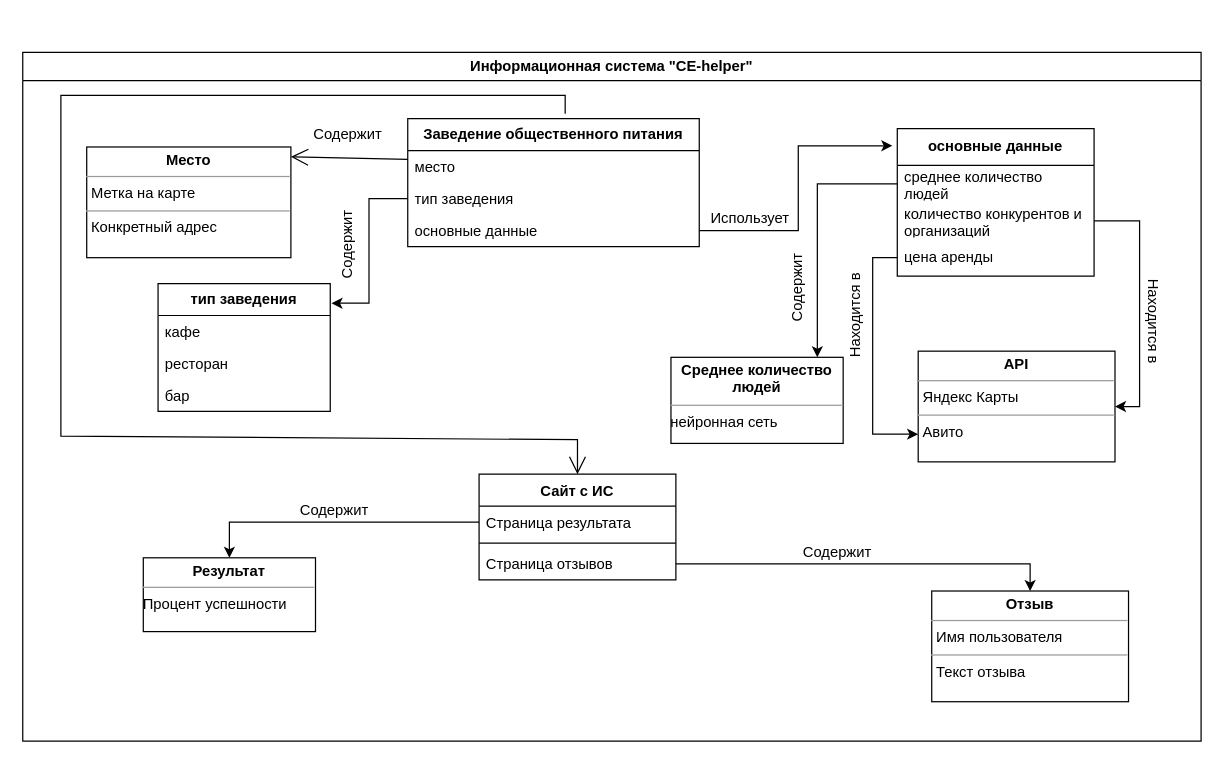
The draw.io diagram Модель предметной области.drawio in elmirhismatov/Diplom, before the edit. Source tidied: cells renumbered, new cells numbered last; positions are measured from the earlier drawing's top-left corner, leaving out a move shared by most shapes. Both pictures are drawn from the tidied source at 123%, with x=0, y=0 at pixel (22, 52).
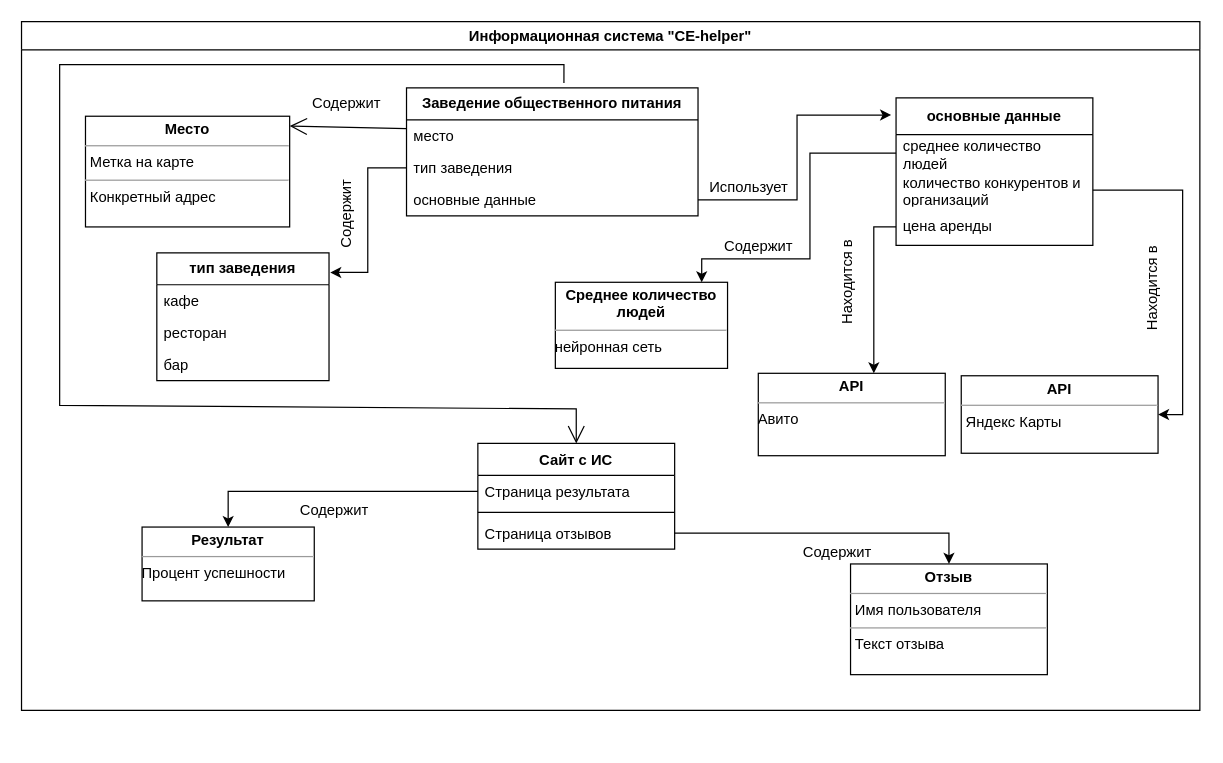
After the change.

The change refers to these unchanged cells:
```xml
<mxCell id="12" value="среднее количество людей" style="text;strokeColor=none;fillColor=none;align=left;verticalAlign=middle;spacingLeft=4;spacingRight=4;overflow=hidden;points=[[0,0.5],[1,0.5]];portConstraint=eastwest;whiteSpace=wrap;html=1;" parent="11" vertex="1">
  <mxGeometry y="30" width="160" height="30" as="geometry" />
</mxCell>
<mxCell id="14" value="цена аренды" style="text;strokeColor=none;fillColor=none;align=left;verticalAlign=middle;spacingLeft=4;spacingRight=4;overflow=hidden;points=[[0,0.5],[1,0.5]];portConstraint=eastwest;whiteSpace=wrap;html=1;" parent="11" vertex="1">
  <mxGeometry y="90" width="160" height="30" as="geometry" />
</mxCell>
```

Change to the diagram source:
```diff
@@
     <mxCell id="2" value="Информационная система &quot;CE-helper&quot;" style="swimlane;whiteSpace=wrap;html=1;" parent="1" vertex="1">
-      <mxGeometry width="958" height="560" as="geometry" />
+      <mxGeometry x="-1" y="-25" width="958" height="560" as="geometry" />
     </mxCell>
@@
     <mxCell id="19" value="&lt;p style=&quot;margin:0px;margin-top:4px;text-align:center;&quot;&gt;&lt;b&gt;Отзыв&lt;/b&gt;&lt;/p&gt;&lt;hr size=&quot;1&quot;&gt;&lt;p style=&quot;margin:0px;margin-left:4px;&quot;&gt;Имя пользователя&lt;/p&gt;&lt;hr size=&quot;1&quot;&gt;&lt;p style=&quot;margin:0px;margin-left:4px;&quot;&gt;Текст отзыва&lt;/p&gt;" style="verticalAlign=top;align=left;overflow=fill;fontSize=12;fontFamily=Helvetica;html=1;whiteSpace=wrap;" parent="2" vertex="1">
-      <mxGeometry x="739" y="438" width="160" height="90" as="geometry" />
+      <mxGeometry x="674" y="441" width="160" height="90" as="geometry" />
     </mxCell>
@@
-    <mxCell id="24" value="&lt;p style=&quot;margin:0px;margin-top:4px;text-align:center;&quot;&gt;&lt;b&gt;API&lt;/b&gt;&lt;/p&gt;&lt;hr size=&quot;1&quot;&gt;&lt;p style=&quot;margin:0px;margin-left:4px;&quot;&gt;Яндекс Карты&lt;/p&gt;&lt;hr size=&quot;1&quot;&gt;&lt;p style=&quot;margin:0px;margin-left:4px;&quot;&gt;Авито&lt;/p&gt;" style="verticalAlign=top;align=left;overflow=fill;fontSize=12;fontFamily=Helvetica;html=1;whiteSpace=wrap;" parent="2" vertex="1">
-      <mxGeometry x="728" y="243" width="160" height="90" as="geometry" />
+    <mxCell id="24" value="&lt;p style=&quot;margin:0px;margin-top:4px;text-align:center;&quot;&gt;&lt;b&gt;API&lt;/b&gt;&lt;/p&gt;&lt;hr size=&quot;1&quot;&gt;&lt;p style=&quot;margin:0px;margin-left:4px;&quot;&gt;Яндекс Карты&lt;/p&gt;&lt;p style=&quot;margin:0px;margin-left:4px;&quot;&gt;&lt;br&gt;&lt;/p&gt;" style="verticalAlign=top;align=left;overflow=fill;fontSize=12;fontFamily=Helvetica;html=1;whiteSpace=wrap;" parent="2" vertex="1">
+      <mxGeometry x="764" y="288" width="160" height="63" as="geometry" />
     </mxCell>
     <mxCell id="25" value="&lt;p style=&quot;margin:0px;margin-top:4px;text-align:center;&quot;&gt;&lt;b&gt;Среднее количество людей&lt;/b&gt;&lt;/p&gt;&lt;hr size=&quot;1&quot;&gt;&lt;div style=&quot;height:2px;&quot;&gt;нейронная сеть&lt;/div&gt;" style="verticalAlign=top;align=left;overflow=fill;fontSize=12;fontFamily=Helvetica;html=1;whiteSpace=wrap;" parent="2" vertex="1">
-      <mxGeometry x="527" y="248" width="140" height="70" as="geometry" />
+      <mxGeometry x="434" y="212" width="140" height="70" as="geometry" />
     </mxCell>
     <mxCell id="26" style="edgeStyle=orthogonalEdgeStyle;rounded=0;jettySize=auto;html=1;exitX=0;exitY=0.5;exitDx=0;exitDy=0;entryX=0.85;entryY=0;entryDx=0;entryDy=0;entryPerimeter=0;" parent="2" edge="1" source="12" target="25">
-      <mxGeometry relative="1" as="geometry" />
+      <mxGeometry relative="1" as="geometry">
+        <Array as="points">
+          <mxPoint x="641" y="107" />
+          <mxPoint x="641" y="193" />
+          <mxPoint x="553" y="193" />
+        </Array>
+      </mxGeometry>
     </mxCell>
@@
-    <mxCell id="32" value="Находится в" style="text;html=1;align=center;verticalAlign=middle;strokeColor=none;fillColor=none;rotation=90;" parent="2" vertex="1">
+    <mxCell id="32" value="Находится в" style="text;html=1;align=center;verticalAlign=middle;strokeColor=none;fillColor=none;rotation=-90;" parent="2" vertex="1">
       <mxGeometry x="876" y="205" width="87" height="26" as="geometry" />
     </mxCell>
@@
-    <mxCell id="36" value="Содержит" style="text;html=1;align=center;verticalAlign=middle;strokeColor=none;fillColor=none;rotation=-90;" parent="2" vertex="1">
-      <mxGeometry x="593" y="179" width="74" height="26" as="geometry" />
+    <mxCell id="36" value="Содержит" style="text;html=1;align=center;verticalAlign=middle;strokeColor=none;fillColor=none;rotation=0;" parent="2" vertex="1">
+      <mxGeometry x="562" y="170" width="74" height="26" as="geometry" />
     </mxCell>
-    <mxCell id="37" style="edgeStyle=orthogonalEdgeStyle;rounded=0;jettySize=auto;html=1;exitX=0;exitY=0.5;exitDx=0;exitDy=0;entryX=0;entryY=0.75;entryDx=0;entryDy=0;" parent="2" edge="1" source="14" target="24">
-      <mxGeometry relative="1" as="geometry" />
+    <mxCell id="37" style="edgeStyle=orthogonalEdgeStyle;rounded=0;jettySize=auto;html=1;exitX=0;exitY=0.5;exitDx=0;exitDy=0;entryX=0.618;entryY=0;entryDx=0;entryDy=0;entryPerimeter=0;" parent="2" edge="1" source="14" target="41">
+      <mxGeometry relative="1" as="geometry">
+        <Array as="points">
+          <mxPoint x="693" y="167" />
+        </Array>
+      </mxGeometry>
     </mxCell>
     <mxCell id="38" value="Находится в" style="text;html=1;align=center;verticalAlign=middle;strokeColor=none;fillColor=none;rotation=-90;" parent="2" vertex="1">
-      <mxGeometry x="634" y="202" width="87" height="26" as="geometry" />
+      <mxGeometry x="628" y="200" width="87" height="26" as="geometry" />
     </mxCell>
+    <mxCell id="41" value="&lt;p style=&quot;margin:0px;margin-top:4px;text-align:center;&quot;&gt;&lt;b&gt;API&lt;/b&gt;&lt;/p&gt;&lt;hr size=&quot;1&quot;&gt;&lt;div style=&quot;height:2px;&quot;&gt;Авито&lt;/div&gt;" style="verticalAlign=top;align=left;overflow=fill;fontSize=12;fontFamily=Helvetica;html=1;whiteSpace=wrap;" parent="2" vertex="1">
+      <mxGeometry x="599" y="286" width="152" height="67" as="geometry" />
+    </mxCell>
```
